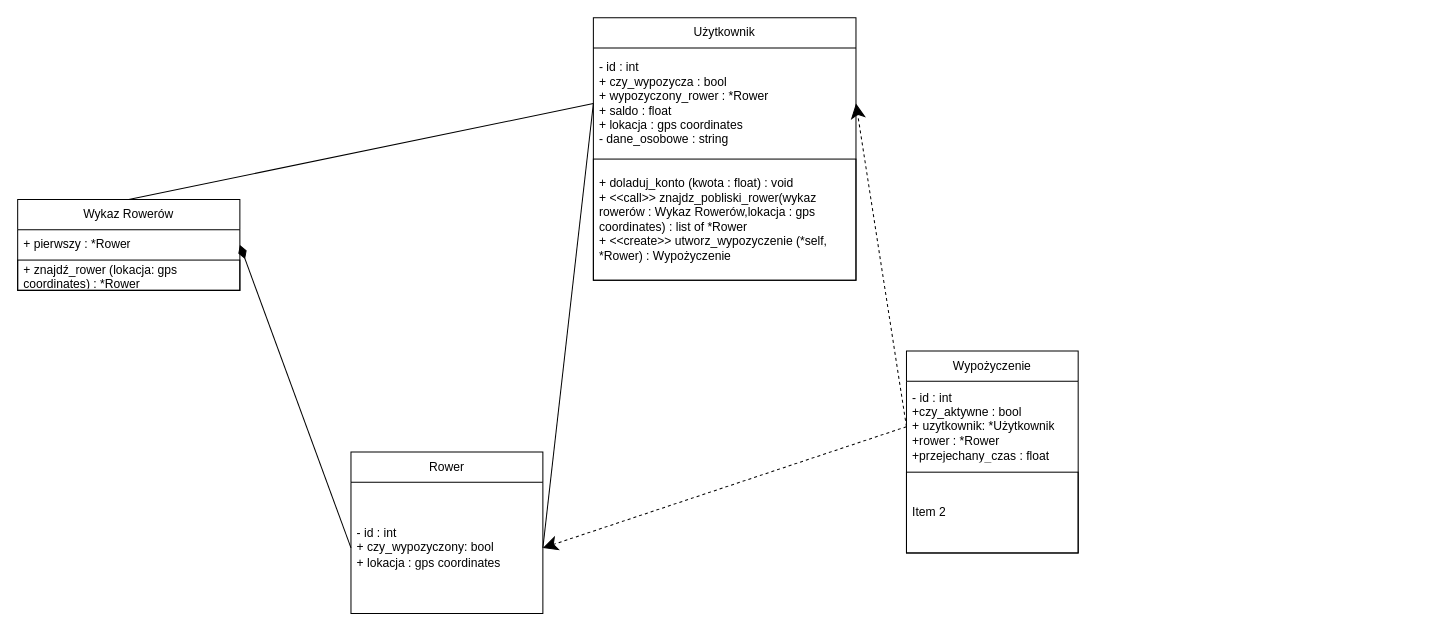
Above: Untitled Diagram.drawio in KarolinaPiechowicz05/2024-12-31 (draw.io), before the change. Source tidied: cells renumbered, new cells numbered last; positions are measured from the earlier drawing's top-left corner, leaving out a move shared by most shapes. Both pictures are drawn from the tidied source at 101%, with x=0, y=0 at pixel (17, 17).
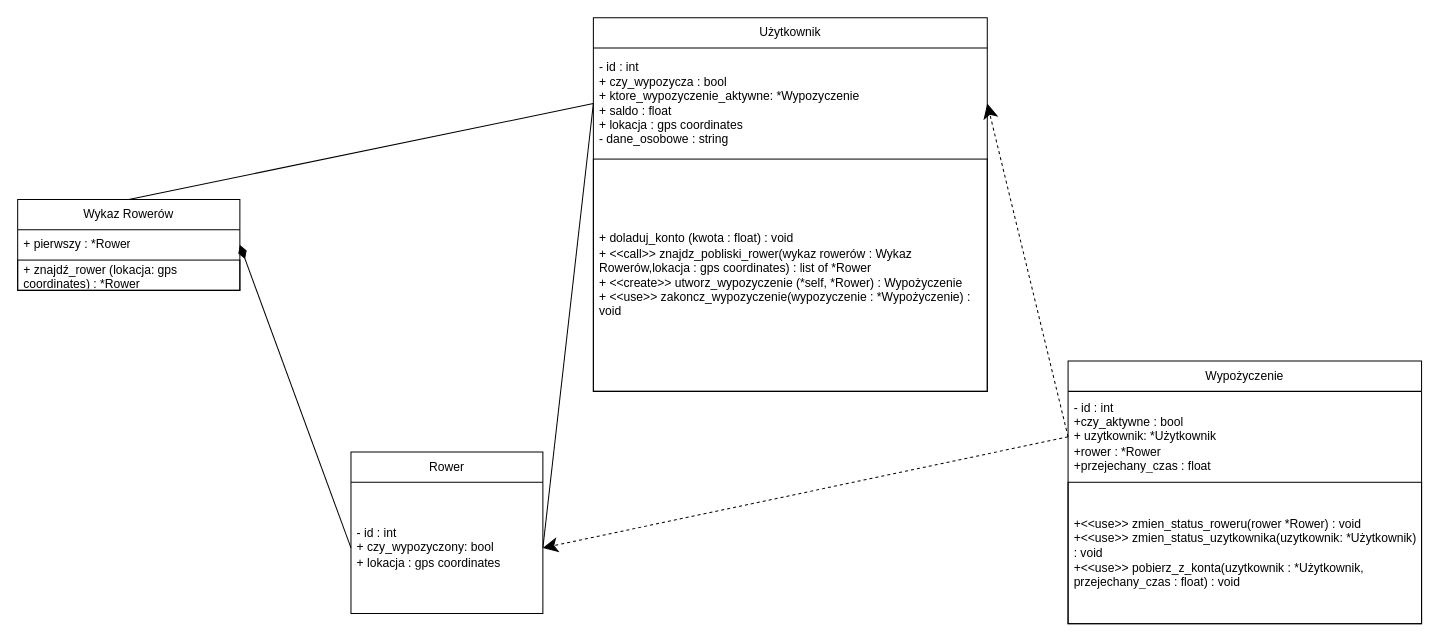
Above is the later version.

What changed in the source:
```diff
@@
 <mxGraphModel>
   <root>
     <mxCell id="0" />
     <mxCell id="1" parent="0" />
     <mxCell id="2" value="Użytkownik" style="swimlane;fontStyle=0;horizontal=1;startSize=30;whiteSpace=wrap;html=1;" parent="1" vertex="1">
-      <mxGeometry x="570" width="260" height="260" as="geometry" />
+      <mxGeometry x="570" width="390" height="370" as="geometry" />
     </mxCell>
-    <mxCell id="3" value="&lt;div&gt;- id : int&lt;/div&gt;&lt;div&gt;+ czy_wypozycza : bool&lt;/div&gt;&lt;div&gt;+ wypozyczony_rower : *Rower&lt;br&gt;&lt;/div&gt;&lt;div&gt;+ saldo : float&lt;/div&gt;&lt;div&gt;+ lokacja : gps coordinates&lt;/div&gt;&lt;div&gt;- dane_osobowe : string&lt;br&gt;&lt;/div&gt;" style="text;strokeColor=none;fillColor=none;align=left;verticalAlign=middle;spacingLeft=4;spacingRight=4;overflow=hidden;points=[[0,0.5],[1,0.5]];portConstraint=eastwest;whiteSpace=wrap;html=1;" parent="2" vertex="1">
-      <mxGeometry y="30" width="260" height="110" as="geometry" />
+    <mxCell id="3" value="&lt;div&gt;- id : int&lt;/div&gt;&lt;div&gt;+ czy_wypozycza : bool&lt;/div&gt;&lt;div&gt;+ ktore_wypozyczenie_aktywne: *Wypozyczenie&lt;br&gt;&lt;/div&gt;&lt;div&gt;+ saldo : float&lt;/div&gt;&lt;div&gt;+ lokacja : gps coordinates&lt;/div&gt;&lt;div&gt;- dane_osobowe : string&lt;br&gt;&lt;/div&gt;" style="text;strokeColor=none;fillColor=none;align=left;verticalAlign=middle;spacingLeft=4;spacingRight=4;overflow=hidden;points=[[0,0.5],[1,0.5]];portConstraint=eastwest;whiteSpace=wrap;html=1;" parent="2" vertex="1">
+      <mxGeometry y="30" width="390" height="110" as="geometry" />
     </mxCell>
-    <mxCell id="4" value="&lt;div&gt;+ doladuj_konto (kwota : float) : void&lt;br&gt;+ &amp;lt;&amp;lt;call&amp;gt;&amp;gt; znajdz_pobliski_rower(wykaz rowerów : Wykaz Rowerów,lokacja : gps coordinates) : list of *Rower&lt;br&gt;+ &amp;lt;&amp;lt;create&amp;gt;&amp;gt; utworz_wypozyczenie (*self, *Rower) : Wypożyczenie&lt;br&gt;&lt;/div&gt;" style="text;strokeColor=default;fillColor=none;align=left;verticalAlign=middle;spacingLeft=4;spacingRight=4;overflow=hidden;whiteSpace=wrap;html=1;" parent="2" vertex="1">
-      <mxGeometry y="140" width="260" height="120" as="geometry" />
+    <mxCell id="4" value="&lt;div&gt;+ doladuj_konto (kwota : float) : void&lt;br&gt;+ &amp;lt;&amp;lt;call&amp;gt;&amp;gt; znajdz_pobliski_rower(wykaz rowerów : Wykaz Rowerów,lokacja : gps coordinates) : list of *Rower&lt;br&gt;+ &amp;lt;&amp;lt;create&amp;gt;&amp;gt; utworz_wypozyczenie (*self, *Rower) : Wypożyczenie&lt;br&gt;+ &amp;lt;&amp;lt;use&amp;gt;&amp;gt; zakoncz_wypozyczenie(wypozyczenie : *Wypożyczenie) : void&lt;/div&gt;" style="text;strokeColor=default;fillColor=none;align=left;verticalAlign=middle;spacingLeft=4;spacingRight=4;overflow=hidden;whiteSpace=wrap;html=1;" parent="2" vertex="1">
+      <mxGeometry y="140" width="390" height="230" as="geometry" />
     </mxCell>
     <mxCell id="5" value="Rower" style="swimlane;fontStyle=0;horizontal=1;startSize=30;whiteSpace=wrap;html=1;" parent="1" vertex="1">
       <mxGeometry x="330" y="430" width="190" height="160" as="geometry" />
     </mxCell>
     <mxCell id="6" value="- id : int&lt;br&gt;+ czy_wypozyczony: bool&lt;br&gt;+ lokacja : gps coordinates" style="text;strokeColor=none;fillColor=none;align=left;verticalAlign=middle;spacingLeft=4;spacingRight=4;overflow=hidden;points=[[0,0.5],[1,0.5]];portConstraint=eastwest;whiteSpace=wrap;html=1;" parent="5" vertex="1">
       <mxGeometry y="30" width="190" height="130" as="geometry" />
     </mxCell>
     <mxCell id="7" value="Item 2" style="text;strokeColor=default;fillColor=none;align=left;verticalAlign=middle;spacingLeft=4;spacingRight=4;overflow=hidden;whiteSpace=wrap;html=1;" parent="5" vertex="1">
       <mxGeometry y="160" width="190" as="geometry" />
     </mxCell>
     <mxCell id="8" value="Wypożyczenie" style="swimlane;fontStyle=0;horizontal=1;startSize=30;whiteSpace=wrap;html=1;" parent="1" vertex="1">
-      <mxGeometry x="880" y="330" width="170" height="200" as="geometry" />
+      <mxGeometry x="1040" y="340" width="350" height="260" as="geometry" />
     </mxCell>
     <mxCell id="9" value="- id : int&lt;br&gt;+czy_aktywne : bool&lt;br&gt;+ uzytkownik: *Użytkownik&lt;br&gt;+rower : *Rower&lt;br&gt;+przejechany_czas : float" style="text;strokeColor=none;fillColor=none;align=left;verticalAlign=middle;spacingLeft=4;spacingRight=4;overflow=hidden;points=[[0,0.5],[1,0.5]];portConstraint=eastwest;whiteSpace=wrap;html=1;" parent="8" vertex="1">
-      <mxGeometry y="30" width="170" height="90" as="geometry" />
+      <mxGeometry y="30" width="350" height="90" as="geometry" />
     </mxCell>
-    <mxCell id="10" value="Item 2" style="text;strokeColor=default;fillColor=none;align=left;verticalAlign=middle;spacingLeft=4;spacingRight=4;overflow=hidden;whiteSpace=wrap;html=1;" parent="8" vertex="1">
-      <mxGeometry y="120" width="170" height="80" as="geometry" />
+    <mxCell id="10" value="+&amp;lt;&amp;lt;use&amp;gt;&amp;gt; zmien_status_roweru(rower *Rower) : void&lt;br&gt;+&amp;lt;&amp;lt;use&amp;gt;&amp;gt; zmien_status_uzytkownika(uzytkownik: *Użytkownik) : void&lt;div&gt;+&amp;lt;&amp;lt;use&amp;gt;&amp;gt; pobierz_z_konta(uzytkownik : *Użytkownik, przejechany_czas : float) : void&lt;br&gt;&lt;/div&gt;" style="text;strokeColor=default;fillColor=none;align=left;verticalAlign=middle;spacingLeft=4;spacingRight=4;overflow=hidden;whiteSpace=wrap;html=1;" parent="8" vertex="1">
+      <mxGeometry y="120" width="350" height="140" as="geometry" />
     </mxCell>
     <mxCell id="11" value="Wykaz Rowerów" style="swimlane;fontStyle=0;horizontal=1;startSize=30;whiteSpace=wrap;html=1;" parent="1" vertex="1">
       <mxGeometry y="180" width="220" height="90" as="geometry" />
     </mxCell>
     <mxCell id="12" value="+ pierwszy : *Rower" style="text;strokeColor=none;fillColor=none;align=left;verticalAlign=middle;spacingLeft=4;spacingRight=4;overflow=hidden;points=[[0,0.5],[1,0.5]];portConstraint=eastwest;whiteSpace=wrap;html=1;" parent="11" vertex="1">
       <mxGeometry y="30" width="220" height="30" as="geometry" />
     </mxCell>
     <mxCell id="13" value="+ znajdź_rower (lokacja: gps coordinates) : *Rower" style="text;strokeColor=default;fillColor=none;align=left;verticalAlign=middle;spacingLeft=4;spacingRight=4;overflow=hidden;whiteSpace=wrap;html=1;" parent="11" vertex="1">
       <mxGeometry y="60" width="220" height="30" as="geometry" />
     </mxCell>
     <mxCell id="14" style="rounded=0;jettySize=auto;html=1;exitX=0;exitY=0.5;exitDx=0;exitDy=0;entryX=1;entryY=0.5;entryDx=0;entryDy=0;endArrow=diamondThin;endFill=1;strokeWidth=1;endSize=12;" parent="1" edge="1" source="6" target="12">
       <mxGeometry relative="1" as="geometry" />
     </mxCell>
     <mxCell id="15" style="endArrow=none;html=1;rounded=0;exitX=1;exitY=0.5;exitDx=0;exitDy=0;entryX=0;entryY=0.5;entryDx=0;entryDy=0;" parent="1" edge="1" source="6" target="3">
       <mxGeometry relative="1" as="geometry" />
     </mxCell>
     <mxCell id="16" style="endArrow=none;html=1;rounded=0;exitX=0.5;exitY=0;exitDx=0;exitDy=0;entryX=0;entryY=0.5;entryDx=0;entryDy=0;" parent="1" edge="1" source="11" target="3">
       <mxGeometry relative="1" as="geometry" />
     </mxCell>
     <mxCell id="17" style="endArrow=classic;dashed=1;html=1;rounded=0;endFill=1;exitX=0;exitY=0.5;exitDx=0;exitDy=0;entryX=1;entryY=0.5;entryDx=0;entryDy=0;endSize=12;" parent="1" edge="1" source="9" target="3">
       <mxGeometry relative="1" as="geometry" />
     </mxCell>
     <mxCell id="18" style="endArrow=classic;dashed=1;html=1;rounded=0;endFill=1;exitX=0;exitY=0.5;exitDx=0;exitDy=0;entryX=1;entryY=0.5;entryDx=0;entryDy=0;endSize=12;" parent="1" edge="1" source="9" target="6">
       <mxGeometry relative="1" as="geometry" />
     </mxCell>
   </root>
 </mxGraphModel>
```
